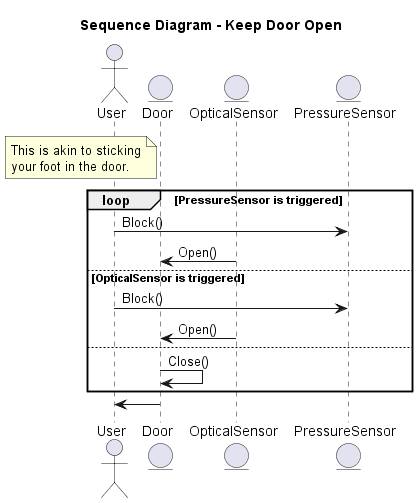
Before: Software Design & Algorithms/Elevator/out/Diagrams/Sequence_KeepDoorOpen.png, a diagram exported from PlantUML (NathanThus/Technology-Semester-3).
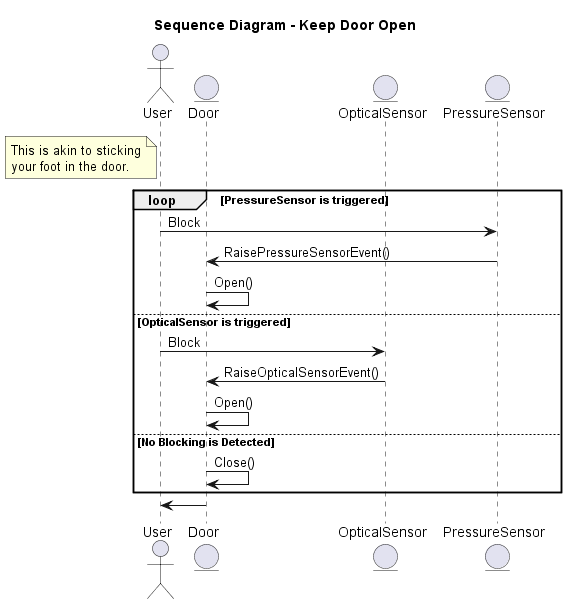
After the commit.

What changed in the source:
```diff
@@ -1,22 +1,23 @@
 @startuml Sequence_KeepDoorOpen
 title Sequence Diagram - Keep Door Open
-
 actor User
 entity Door
 entity OpticalSensor
 entity PressureSensor
 
-note left of Door
+note left of User
     This is akin to sticking
     your foot in the door.
 end note
 loop PressureSensor is triggered
-User -> PressureSensor : Block()
-OpticalSensor -> Door : Open()
+User -> PressureSensor : Block
+PressureSensor -> Door : RaisePressureSensorEvent()
+Door -> Door : Open()
 else OpticalSensor is triggered
-User -> PressureSensor : Block()
-OpticalSensor -> Door : Open()
-else
+User -> OpticalSensor : Block
+OpticalSensor -> Door : RaiseOpticalSensorEvent()
+Door -> Door: Open()
+else No Blocking is Detected
 Door -> Door : Close()
 end
 
```
